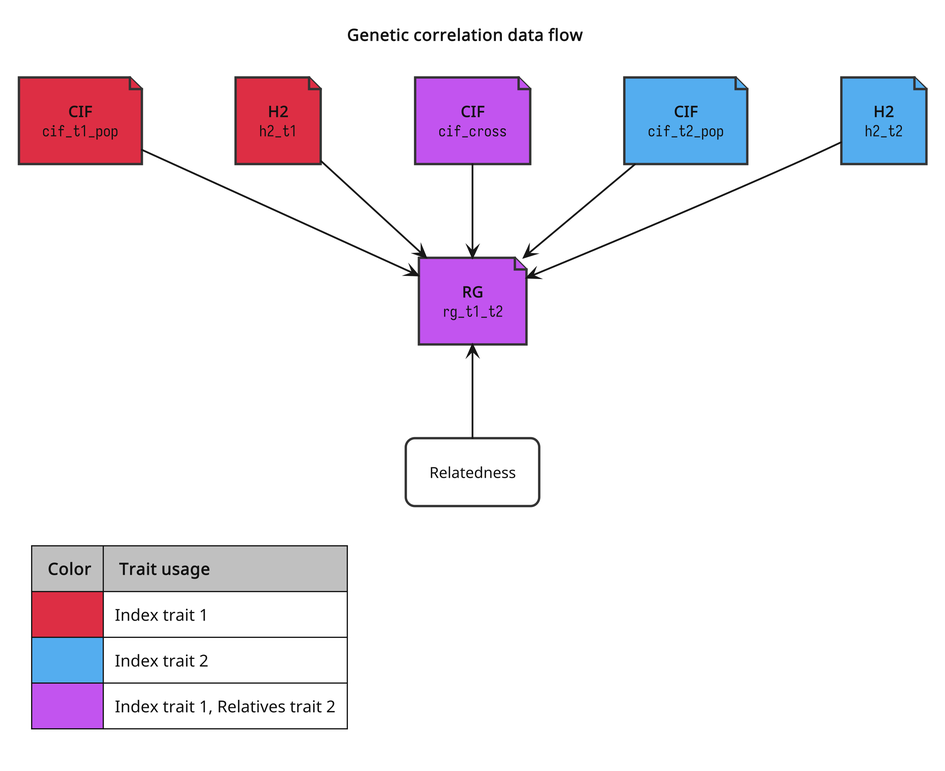
The PlantUML diagram guides/diagrams/rg-data-flow.png in BioPsyk/epimight, before a commit.
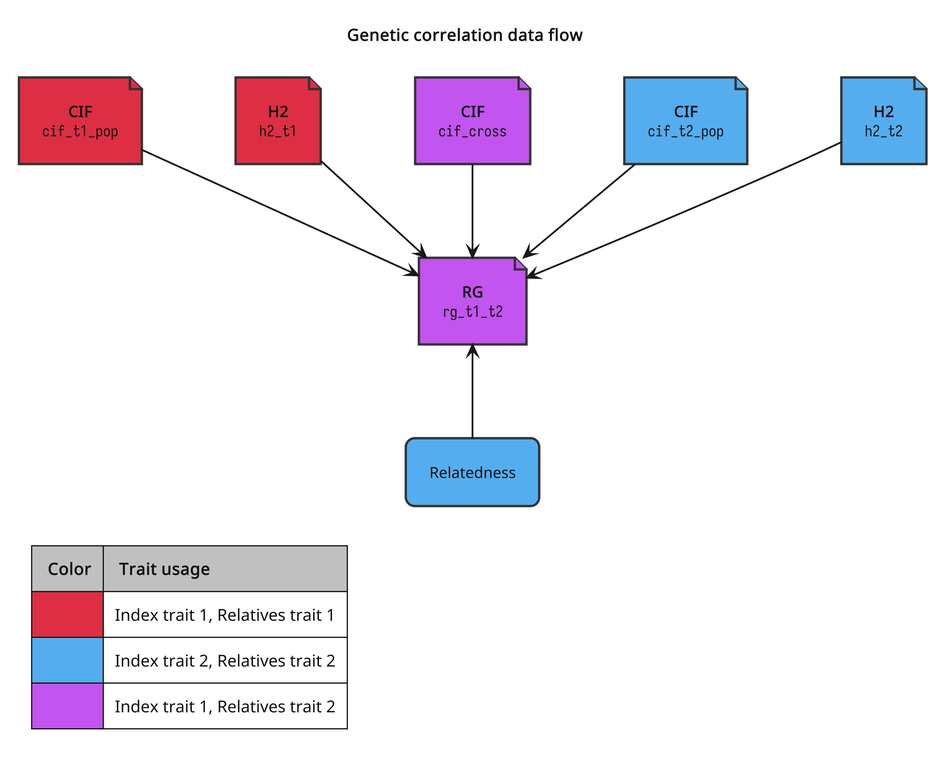
Later version of the same file.

Commit message:
Adds better phrasing

What changed in the source:
```diff
@@ -36,8 +36,8 @@
 
 legend left
   <#silver>|= Color|= Trait usage |
-  |<#dd2e44>|Index trait 1|
-  |<#54adef>|Index trait 2|
+  |<#dd2e44>|Index trait 1, Relatives trait 1|
+  |<#54adef>|Index trait 2, Relatives trait 2|
   |<#c254ef>|Index trait 1, Relatives trait 2|
 endlegend
 
@@ -48,7 +48,7 @@
 file "**H2**\n""h2_t2""" as h2_t2 #54adef
 file "**RG**\n""rg_t1_t2""" as rg #c254ef
 
-rectangle "Relatedness" as t3_rel
+rectangle "Relatedness" as t3_rel #54adef
 
 cif_t1_pop --> rg
 cif_t2_pop --> rg
```
